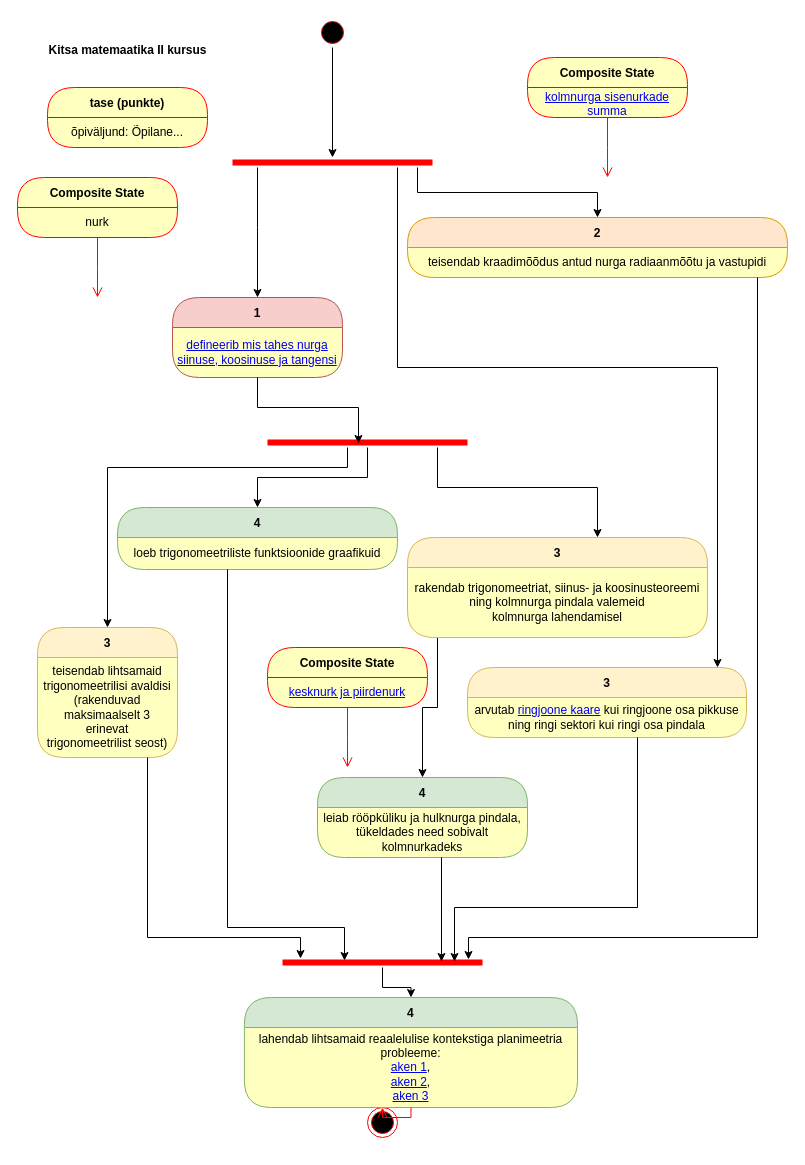
Earlier version of the draw.io diagram page "Õpiväljundid" (1 of 2) of rmd/matemaatika-kitsas-2.drawio (piiskop/matemaatika-kitsas-2). Source tidied: cells renumbered, new cells numbered last; positions are measured from the earlier drawing's top-left corner, leaving out a move shared by most shapes. Both pictures are drawn from the tidied source at 100%, with x=0, y=0 at pixel (17, 17).
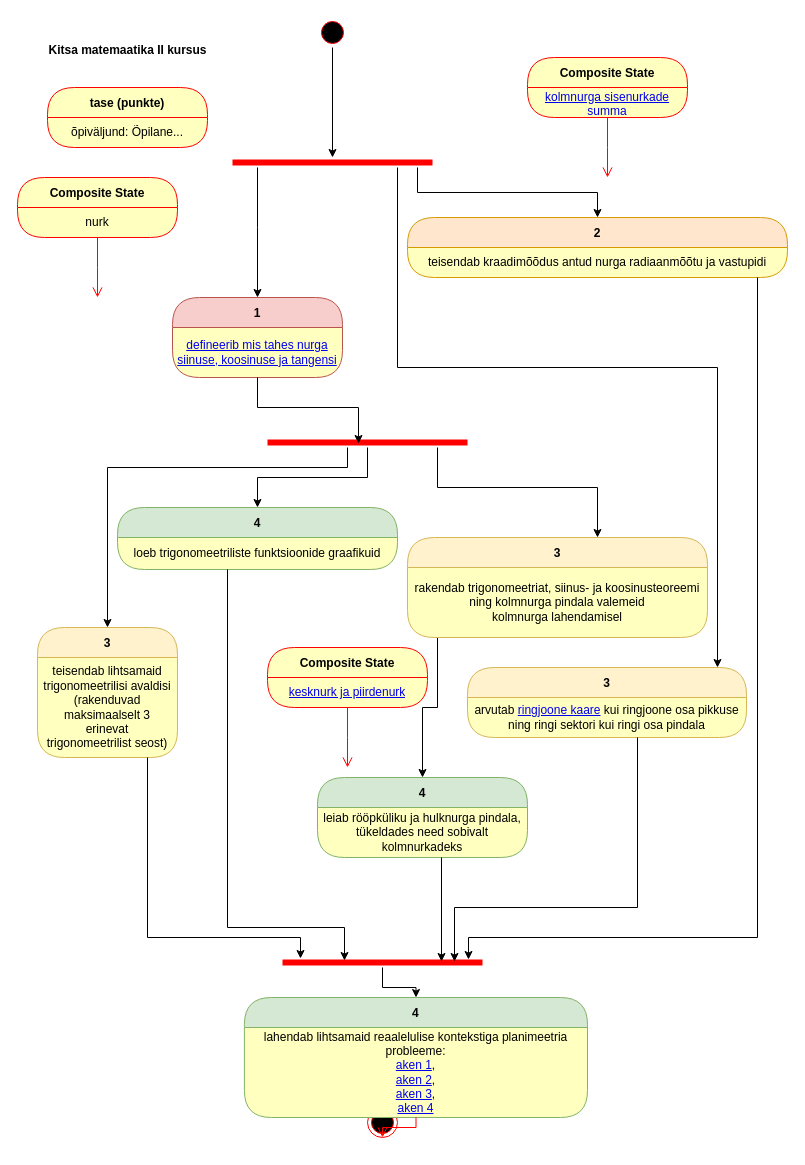
The same diagram, later.

Commit message:
akna ülesande neljas videolink

Diff of the diagram source:
```diff
@@
     <mxCell id="3" value="4" style="swimlane;fontStyle=1;align=center;verticalAlign=middle;horizontal=1;startSize=30;rounded=1;arcSize=30;strokeColor=#82b366;fillColor=#d5e8d4;swimlaneFillColor=#ffffc0;" parent="1" vertex="1">
-      <mxGeometry x="226.9" y="980" width="333.1" height="110" as="geometry" />
+      <mxGeometry x="226.9" y="980" width="343.1" height="120" as="geometry" />
     </mxCell>
-    <mxCell id="4" value="lahendab lihtsamaid reaalelulise kontekstiga planimeetria probleeme:&lt;br&gt;&lt;a href=&quot;https://youtu.be/zB8ZTyG81Ow&quot;&gt;aken 1&lt;/a&gt;,&lt;br&gt;&lt;a href=&quot;https://youtu.be/3DC8eo3JhOk&quot;&gt;aken 2&lt;/a&gt;,&lt;div&gt;&lt;a href=&quot;https://youtu.be/Fq9VRtYV6oE&quot;&gt;aken 3&lt;/a&gt;&lt;/div&gt;" style="text;html=1;strokeColor=none;fillColor=none;align=center;verticalAlign=middle;spacingLeft=4;spacingRight=4;whiteSpace=wrap;overflow=hidden;fontColor=#000000;" parent="3" vertex="1">
-      <mxGeometry y="30" width="333.1" height="80" as="geometry" />
+    <mxCell id="4" value="lahendab lihtsamaid reaalelulise kontekstiga planimeetria probleeme:&lt;br&gt;&lt;a href=&quot;https://youtu.be/zB8ZTyG81Ow&quot;&gt;aken 1&lt;/a&gt;,&lt;br&gt;&lt;a href=&quot;https://youtu.be/3DC8eo3JhOk&quot;&gt;aken 2&lt;/a&gt;,&lt;div&gt;&lt;a href=&quot;https://youtu.be/Fq9VRtYV6oE&quot;&gt;aken 3&lt;/a&gt;,&lt;/div&gt;&lt;div&gt;&lt;a href=&quot;https://youtu.be/-v-FByE2R_w&quot;&gt;aken 4&lt;/a&gt;&lt;/div&gt;" style="text;html=1;strokeColor=none;fillColor=none;align=center;verticalAlign=middle;spacingLeft=4;spacingRight=4;whiteSpace=wrap;overflow=hidden;fontColor=#000000;" parent="3" vertex="1">
+      <mxGeometry y="30" width="343.1" height="90" as="geometry" />
     </mxCell>
```
